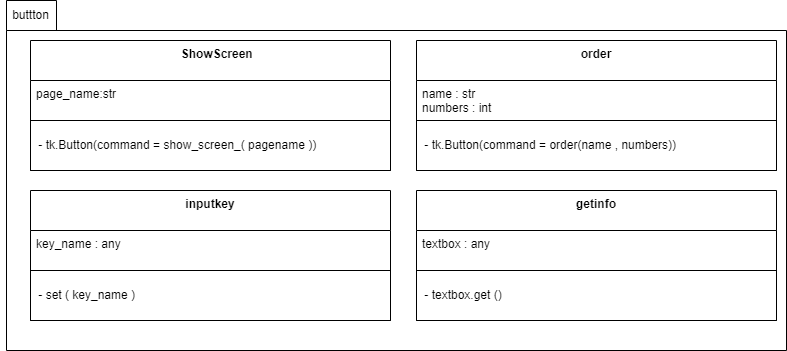
Before: psp4/設計モデルのクラス/設計モデルクラス図_ボタンクラス.drawio.png, a diagram exported from draw.io (MasakiHiguchi/---). Source tidied: cells renumbered, new cells last; positions are measured from the earlier drawing's top-left corner, leaving out a move shared by most shapes.
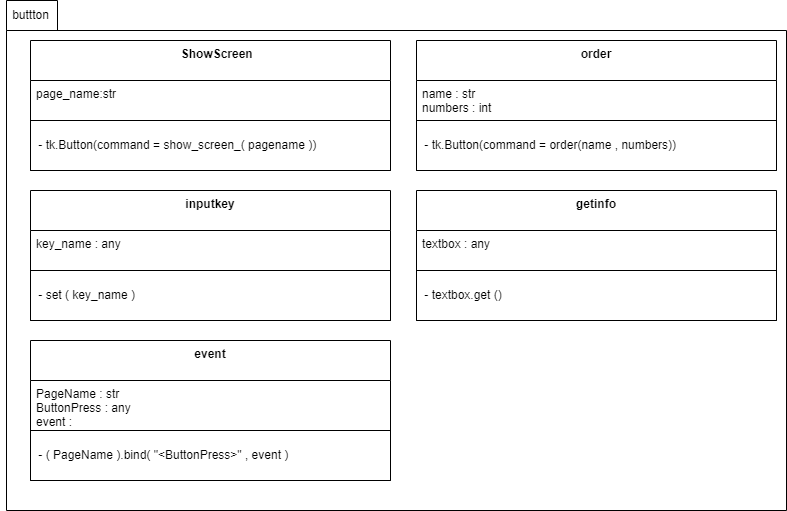
Above is the later version.

Diff of the diagram source:
```diff
@@ -3,7 +3,7 @@
     <mxCell id="0" />
     <mxCell id="1" parent="0" />
     <mxCell id="2" style="shape=folder;fontStyle=1;spacingTop=10;tabWidth=50;tabHeight=30;tabPosition=left;html=1;" parent="1" vertex="1">
-      <mxGeometry x="6" width="780" height="350" as="geometry" />
+      <mxGeometry x="6" width="780" height="510" as="geometry" />
     </mxCell>
     <mxCell id="3" value="buttton" style="text;html=1;align=center;verticalAlign=middle;strokeColor=none;fillColor=none;" parent="1" vertex="1">
       <mxGeometry width="60" height="30" as="geometry" />
@@ -56,5 +56,17 @@
     <mxCell id="19" value="&lt;span style=&quot;text-align: center;&quot;&gt;&amp;nbsp;- textbox.get ()&lt;br&gt;&lt;/span&gt;" style="text;html=1;align=left;verticalAlign=middle;strokeColor=none;fillColor=none;" parent="18" vertex="1">
       <mxGeometry x="3" y="10" width="100" height="30" as="geometry" />
     </mxCell>
+    <mxCell id="20" value="event" style="swimlane;fontStyle=1;align=center;verticalAlign=top;horizontal=1;startSize=40;" parent="1" vertex="1">
+      <mxGeometry x="30" y="340" width="360" height="140" as="geometry" />
+    </mxCell>
+    <mxCell id="21" value="PageName : str&#10;ButtonPress : any&#10;event : " style="text;strokeColor=none;fillColor=none;align=left;verticalAlign=top;spacingLeft=4;spacingRight=4;overflow=hidden;" parent="20" vertex="1">
+      <mxGeometry y="40" width="360" height="50" as="geometry" />
+    </mxCell>
+    <mxCell id="22" style="swimlane;startSize=0;" parent="20" vertex="1">
+      <mxGeometry y="90" width="360" height="50" as="geometry" />
+    </mxCell>
+    <mxCell id="23" value="&lt;div style=&quot;text-align: center;&quot;&gt;&lt;span style=&quot;background-color: initial;&quot;&gt;&amp;nbsp;- ( PageName ).bind( &quot;&amp;lt;ButtonPress&amp;gt;&quot; , event )&lt;/span&gt;&lt;/div&gt;" style="text;html=1;align=left;verticalAlign=middle;strokeColor=none;fillColor=none;" parent="22" vertex="1">
+      <mxGeometry x="3" y="10" width="280" height="30" as="geometry" />
+    </mxCell>
   </root>
 </mxGraphModel>
```
